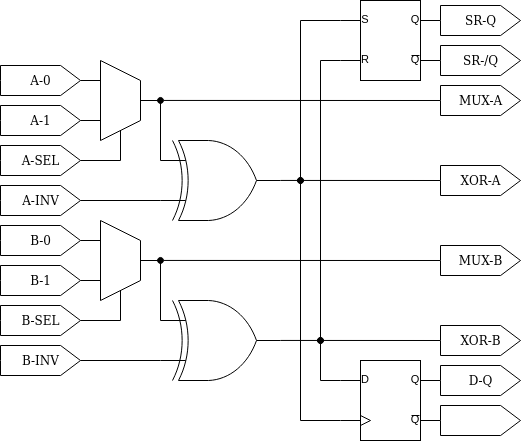
The draw.io diagram configurable-sr.drawio.png in steieio/tt02-submission-universal-sr, before a commit. Source tidied: cells renumbered, new cells last; positions are measured from the earlier drawing's top-left corner, leaving out a move shared by most shapes.
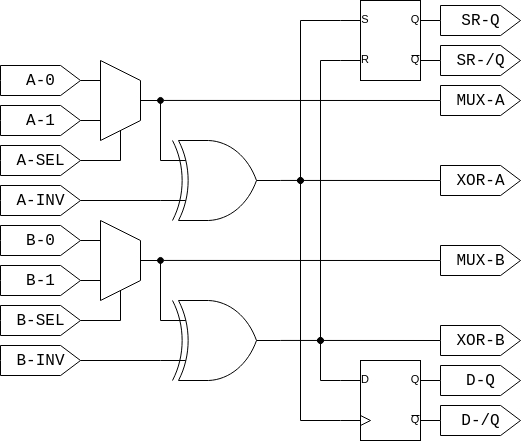
After the commit.

Change to the diagram source:
```diff
@@ -2,140 +2,140 @@
   <root>
     <mxCell id="0" />
     <mxCell id="1" parent="0" />
-    <mxCell id="2" style="edgeStyle=orthogonalEdgeStyle;rounded=0;jettySize=auto;html=1;exitX=0;exitY=0.75;exitDx=0;exitDy=0;exitPerimeter=0;endArrow=oval;endFill=1;" parent="1" edge="1" source="4">
+    <mxCell id="2" style="edgeStyle=orthogonalEdgeStyle;rounded=0;jettySize=auto;html=1;exitX=0;exitY=0.75;exitDx=0;exitDy=0;exitPerimeter=0;endArrow=oval;endFill=1;fontFamily=Courier New;fontSize=16;" parent="1" edge="1" source="4">
       <mxGeometry relative="1" as="geometry">
         <mxPoint x="320" y="340" as="targetPoint" />
       </mxGeometry>
     </mxCell>
-    <mxCell id="3" style="edgeStyle=orthogonalEdgeStyle;rounded=0;jettySize=auto;html=1;exitX=0;exitY=0.25;exitDx=0;exitDy=0;exitPerimeter=0;endArrow=oval;endFill=1;" parent="1" edge="1" source="4">
+    <mxCell id="3" style="edgeStyle=orthogonalEdgeStyle;rounded=0;jettySize=auto;html=1;exitX=0;exitY=0.25;exitDx=0;exitDy=0;exitPerimeter=0;endArrow=oval;endFill=1;fontFamily=Courier New;fontSize=16;" parent="1" edge="1" source="4">
       <mxGeometry relative="1" as="geometry">
         <mxPoint x="300" y="180" as="targetPoint" />
       </mxGeometry>
     </mxCell>
-    <mxCell id="4" style="verticalLabelPosition=bottom;shadow=0;dashed=0;align=center;html=1;verticalAlign=top;shape=mxgraph.electrical.logic_gates.rs_latch;" parent="1" vertex="1">
+    <mxCell id="4" style="verticalLabelPosition=bottom;shadow=0;dashed=0;align=center;html=1;verticalAlign=top;shape=mxgraph.electrical.logic_gates.rs_latch;fontFamily=Courier New;fontSize=16;" parent="1" vertex="1">
       <mxGeometry x="340" width="100" height="80" as="geometry" />
     </mxCell>
-    <mxCell id="5" style="verticalLabelPosition=bottom;shadow=0;dashed=0;align=center;html=1;verticalAlign=top;shape=mxgraph.electrical.logic_gates.logic_gate;operation=xor;" parent="1" vertex="1">
+    <mxCell id="5" style="verticalLabelPosition=bottom;shadow=0;dashed=0;align=center;html=1;verticalAlign=top;shape=mxgraph.electrical.logic_gates.logic_gate;operation=xor;fontFamily=Courier New;fontSize=16;" parent="1" vertex="1">
       <mxGeometry x="160" y="140" width="120" height="80" as="geometry" />
     </mxCell>
-    <mxCell id="6" style="edgeStyle=orthogonalEdgeStyle;rounded=0;jettySize=auto;html=1;exitX=1;exitY=0.5;exitDx=0;exitDy=0;exitPerimeter=0;entryX=0.25;entryY=1;entryDx=0;entryDy=0;endArrow=none;endFill=0;" parent="1" edge="1" source="7" target="9">
+    <mxCell id="6" style="edgeStyle=orthogonalEdgeStyle;rounded=0;jettySize=auto;html=1;exitX=1;exitY=0.5;exitDx=0;exitDy=0;exitPerimeter=0;entryX=0.25;entryY=1;entryDx=0;entryDy=0;endArrow=none;endFill=0;fontFamily=Courier New;fontSize=16;" parent="1" edge="1" source="7" target="9">
       <mxGeometry relative="1" as="geometry" />
     </mxCell>
-    <mxCell id="7" value="A-0" style="html=1;shadow=0;dashed=0;align=center;verticalAlign=middle;shape=mxgraph.arrows2.arrow;dy=0;dx=19.86;notch=0;" parent="1" vertex="1">
+    <mxCell id="7" value="A-0" style="html=1;shadow=0;dashed=0;align=center;verticalAlign=middle;shape=mxgraph.arrows2.arrow;dy=0;dx=19.86;notch=0;fontFamily=Courier New;fontSize=16;" parent="1" vertex="1">
       <mxGeometry y="65" width="80" height="30" as="geometry" />
     </mxCell>
-    <mxCell id="8" style="edgeStyle=orthogonalEdgeStyle;rounded=0;jettySize=auto;html=1;exitX=0.5;exitY=0;exitDx=0;exitDy=0;entryX=0;entryY=0.25;entryDx=0;entryDy=0;entryPerimeter=0;endArrow=none;endFill=0;" parent="1" edge="1" source="9" target="5">
+    <mxCell id="8" style="edgeStyle=orthogonalEdgeStyle;rounded=0;jettySize=auto;html=1;exitX=0.5;exitY=0;exitDx=0;exitDy=0;entryX=0;entryY=0.25;entryDx=0;entryDy=0;entryPerimeter=0;endArrow=none;endFill=0;fontFamily=Courier New;fontSize=16;" parent="1" edge="1" source="9" target="5">
       <mxGeometry relative="1" as="geometry" />
     </mxCell>
-    <mxCell id="9" style="shape=trapezoid;perimeter=trapezoidPerimeter;whiteSpace=wrap;html=1;fixedSize=1;rotation=90;" parent="1" vertex="1">
+    <mxCell id="9" style="shape=trapezoid;perimeter=trapezoidPerimeter;whiteSpace=wrap;html=1;fixedSize=1;rotation=90;fontFamily=Courier New;fontSize=16;" parent="1" vertex="1">
       <mxGeometry x="80" y="80" width="80" height="40" as="geometry" />
     </mxCell>
-    <mxCell id="10" style="edgeStyle=orthogonalEdgeStyle;rounded=0;jettySize=auto;html=1;exitX=1;exitY=0.5;exitDx=0;exitDy=0;exitPerimeter=0;entryX=0.75;entryY=1;entryDx=0;entryDy=0;endArrow=none;endFill=0;" parent="1" edge="1" source="11" target="9">
+    <mxCell id="10" style="edgeStyle=orthogonalEdgeStyle;rounded=0;jettySize=auto;html=1;exitX=1;exitY=0.5;exitDx=0;exitDy=0;exitPerimeter=0;entryX=0.75;entryY=1;entryDx=0;entryDy=0;endArrow=none;endFill=0;fontFamily=Courier New;fontSize=16;" parent="1" edge="1" source="11" target="9">
       <mxGeometry relative="1" as="geometry" />
     </mxCell>
-    <mxCell id="11" value="A-1" style="html=1;shadow=0;dashed=0;align=center;verticalAlign=middle;shape=mxgraph.arrows2.arrow;dy=0;dx=19.86;notch=0;" parent="1" vertex="1">
+    <mxCell id="11" value="A-1" style="html=1;shadow=0;dashed=0;align=center;verticalAlign=middle;shape=mxgraph.arrows2.arrow;dy=0;dx=19.86;notch=0;fontFamily=Courier New;fontSize=16;" parent="1" vertex="1">
       <mxGeometry y="105" width="80" height="30" as="geometry" />
     </mxCell>
-    <mxCell id="12" style="edgeStyle=orthogonalEdgeStyle;rounded=0;jettySize=auto;html=1;exitX=1;exitY=0.5;exitDx=0;exitDy=0;exitPerimeter=0;entryX=1;entryY=0.5;entryDx=0;entryDy=0;endArrow=none;endFill=0;" parent="1" edge="1" source="13" target="9">
+    <mxCell id="12" style="edgeStyle=orthogonalEdgeStyle;rounded=0;jettySize=auto;html=1;exitX=1;exitY=0.5;exitDx=0;exitDy=0;exitPerimeter=0;entryX=1;entryY=0.5;entryDx=0;entryDy=0;endArrow=none;endFill=0;fontFamily=Courier New;fontSize=16;" parent="1" edge="1" source="13" target="9">
       <mxGeometry relative="1" as="geometry" />
     </mxCell>
-    <mxCell id="13" value="A-SEL" style="html=1;shadow=0;dashed=0;align=center;verticalAlign=middle;shape=mxgraph.arrows2.arrow;dy=0;dx=19.86;notch=0;" parent="1" vertex="1">
+    <mxCell id="13" value="A-SEL" style="html=1;shadow=0;dashed=0;align=center;verticalAlign=middle;shape=mxgraph.arrows2.arrow;dy=0;dx=19.86;notch=0;fontFamily=Courier New;fontSize=16;" parent="1" vertex="1">
       <mxGeometry y="145" width="80" height="30" as="geometry" />
     </mxCell>
-    <mxCell id="14" style="edgeStyle=orthogonalEdgeStyle;rounded=0;jettySize=auto;html=1;exitX=1;exitY=0.5;exitDx=0;exitDy=0;exitPerimeter=0;entryX=0;entryY=0.75;entryDx=0;entryDy=0;entryPerimeter=0;endArrow=none;endFill=0;" parent="1" edge="1" source="15" target="5">
+    <mxCell id="14" style="edgeStyle=orthogonalEdgeStyle;rounded=0;jettySize=auto;html=1;exitX=1;exitY=0.5;exitDx=0;exitDy=0;exitPerimeter=0;entryX=0;entryY=0.75;entryDx=0;entryDy=0;entryPerimeter=0;endArrow=none;endFill=0;fontFamily=Courier New;fontSize=16;" parent="1" edge="1" source="15" target="5">
       <mxGeometry relative="1" as="geometry" />
     </mxCell>
-    <mxCell id="15" value="A-INV" style="html=1;shadow=0;dashed=0;align=center;verticalAlign=middle;shape=mxgraph.arrows2.arrow;dy=0;dx=19.86;notch=0;" parent="1" vertex="1">
+    <mxCell id="15" value="A-INV" style="html=1;shadow=0;dashed=0;align=center;verticalAlign=middle;shape=mxgraph.arrows2.arrow;dy=0;dx=19.86;notch=0;fontFamily=Courier New;fontSize=16;" parent="1" vertex="1">
       <mxGeometry y="185" width="80" height="30" as="geometry" />
     </mxCell>
-    <mxCell id="16" style="verticalLabelPosition=bottom;shadow=0;dashed=0;align=center;html=1;verticalAlign=top;shape=mxgraph.electrical.logic_gates.logic_gate;operation=xor;" parent="1" vertex="1">
+    <mxCell id="16" style="verticalLabelPosition=bottom;shadow=0;dashed=0;align=center;html=1;verticalAlign=top;shape=mxgraph.electrical.logic_gates.logic_gate;operation=xor;fontFamily=Courier New;fontSize=16;" parent="1" vertex="1">
       <mxGeometry x="160" y="300" width="120" height="80" as="geometry" />
     </mxCell>
-    <mxCell id="17" style="edgeStyle=orthogonalEdgeStyle;rounded=0;jettySize=auto;html=1;exitX=1;exitY=0.5;exitDx=0;exitDy=0;exitPerimeter=0;entryX=0.25;entryY=1;entryDx=0;entryDy=0;endArrow=none;endFill=0;" parent="1" edge="1" source="18" target="20">
+    <mxCell id="17" style="edgeStyle=orthogonalEdgeStyle;rounded=0;jettySize=auto;html=1;exitX=1;exitY=0.5;exitDx=0;exitDy=0;exitPerimeter=0;entryX=0.25;entryY=1;entryDx=0;entryDy=0;endArrow=none;endFill=0;fontFamily=Courier New;fontSize=16;" parent="1" edge="1" source="18" target="20">
       <mxGeometry relative="1" as="geometry" />
     </mxCell>
-    <mxCell id="18" value="B-0" style="html=1;shadow=0;dashed=0;align=center;verticalAlign=middle;shape=mxgraph.arrows2.arrow;dy=0;dx=19.86;notch=0;" parent="1" vertex="1">
+    <mxCell id="18" value="B-0" style="html=1;shadow=0;dashed=0;align=center;verticalAlign=middle;shape=mxgraph.arrows2.arrow;dy=0;dx=19.86;notch=0;fontFamily=Courier New;fontSize=16;" parent="1" vertex="1">
       <mxGeometry y="225" width="80" height="30" as="geometry" />
     </mxCell>
-    <mxCell id="19" style="edgeStyle=orthogonalEdgeStyle;rounded=0;jettySize=auto;html=1;exitX=0.5;exitY=0;exitDx=0;exitDy=0;entryX=0;entryY=0.25;entryDx=0;entryDy=0;entryPerimeter=0;endArrow=none;endFill=0;" parent="1" edge="1" source="20" target="16">
+    <mxCell id="19" style="edgeStyle=orthogonalEdgeStyle;rounded=0;jettySize=auto;html=1;exitX=0.5;exitY=0;exitDx=0;exitDy=0;entryX=0;entryY=0.25;entryDx=0;entryDy=0;entryPerimeter=0;endArrow=none;endFill=0;fontFamily=Courier New;fontSize=16;" parent="1" edge="1" source="20" target="16">
       <mxGeometry relative="1" as="geometry" />
     </mxCell>
-    <mxCell id="20" style="shape=trapezoid;perimeter=trapezoidPerimeter;whiteSpace=wrap;html=1;fixedSize=1;rotation=90;" parent="1" vertex="1">
+    <mxCell id="20" style="shape=trapezoid;perimeter=trapezoidPerimeter;whiteSpace=wrap;html=1;fixedSize=1;rotation=90;fontFamily=Courier New;fontSize=16;" parent="1" vertex="1">
       <mxGeometry x="80" y="240" width="80" height="40" as="geometry" />
     </mxCell>
-    <mxCell id="21" style="edgeStyle=orthogonalEdgeStyle;rounded=0;jettySize=auto;html=1;exitX=1;exitY=0.5;exitDx=0;exitDy=0;exitPerimeter=0;entryX=0.75;entryY=1;entryDx=0;entryDy=0;endArrow=none;endFill=0;" parent="1" edge="1" source="22" target="20">
+    <mxCell id="21" style="edgeStyle=orthogonalEdgeStyle;rounded=0;jettySize=auto;html=1;exitX=1;exitY=0.5;exitDx=0;exitDy=0;exitPerimeter=0;entryX=0.75;entryY=1;entryDx=0;entryDy=0;endArrow=none;endFill=0;fontFamily=Courier New;fontSize=16;" parent="1" edge="1" source="22" target="20">
       <mxGeometry relative="1" as="geometry" />
     </mxCell>
-    <mxCell id="22" value="B-1" style="html=1;shadow=0;dashed=0;align=center;verticalAlign=middle;shape=mxgraph.arrows2.arrow;dy=0;dx=19.86;notch=0;" parent="1" vertex="1">
+    <mxCell id="22" value="B-1" style="html=1;shadow=0;dashed=0;align=center;verticalAlign=middle;shape=mxgraph.arrows2.arrow;dy=0;dx=19.86;notch=0;fontFamily=Courier New;fontSize=16;" parent="1" vertex="1">
       <mxGeometry y="265" width="80" height="30" as="geometry" />
     </mxCell>
-    <mxCell id="23" style="edgeStyle=orthogonalEdgeStyle;rounded=0;jettySize=auto;html=1;exitX=1;exitY=0.5;exitDx=0;exitDy=0;exitPerimeter=0;entryX=1;entryY=0.5;entryDx=0;entryDy=0;endArrow=none;endFill=0;" parent="1" edge="1" source="24" target="20">
+    <mxCell id="23" style="edgeStyle=orthogonalEdgeStyle;rounded=0;jettySize=auto;html=1;exitX=1;exitY=0.5;exitDx=0;exitDy=0;exitPerimeter=0;entryX=1;entryY=0.5;entryDx=0;entryDy=0;endArrow=none;endFill=0;fontFamily=Courier New;fontSize=16;" parent="1" edge="1" source="24" target="20">
       <mxGeometry relative="1" as="geometry" />
     </mxCell>
-    <mxCell id="24" value="B-SEL" style="html=1;shadow=0;dashed=0;align=center;verticalAlign=middle;shape=mxgraph.arrows2.arrow;dy=0;dx=19.86;notch=0;" parent="1" vertex="1">
+    <mxCell id="24" value="B-SEL" style="html=1;shadow=0;dashed=0;align=center;verticalAlign=middle;shape=mxgraph.arrows2.arrow;dy=0;dx=19.86;notch=0;fontFamily=Courier New;fontSize=16;" parent="1" vertex="1">
       <mxGeometry y="305" width="80" height="30" as="geometry" />
     </mxCell>
-    <mxCell id="25" style="edgeStyle=orthogonalEdgeStyle;rounded=0;jettySize=auto;html=1;exitX=1;exitY=0.5;exitDx=0;exitDy=0;exitPerimeter=0;entryX=0;entryY=0.75;entryDx=0;entryDy=0;entryPerimeter=0;endArrow=none;endFill=0;" parent="1" edge="1" source="26" target="16">
+    <mxCell id="25" style="edgeStyle=orthogonalEdgeStyle;rounded=0;jettySize=auto;html=1;exitX=1;exitY=0.5;exitDx=0;exitDy=0;exitPerimeter=0;entryX=0;entryY=0.75;entryDx=0;entryDy=0;entryPerimeter=0;endArrow=none;endFill=0;fontFamily=Courier New;fontSize=16;" parent="1" edge="1" source="26" target="16">
       <mxGeometry relative="1" as="geometry" />
     </mxCell>
-    <mxCell id="26" value="B-INV" style="html=1;shadow=0;dashed=0;align=center;verticalAlign=middle;shape=mxgraph.arrows2.arrow;dy=0;dx=19.86;notch=0;" parent="1" vertex="1">
+    <mxCell id="26" value="B-INV" style="html=1;shadow=0;dashed=0;align=center;verticalAlign=middle;shape=mxgraph.arrows2.arrow;dy=0;dx=19.86;notch=0;fontFamily=Courier New;fontSize=16;" parent="1" vertex="1">
       <mxGeometry y="345" width="80" height="30" as="geometry" />
     </mxCell>
-    <mxCell id="27" style="edgeStyle=orthogonalEdgeStyle;rounded=0;jettySize=auto;html=1;exitX=0;exitY=0.25;exitDx=0;exitDy=0;exitPerimeter=0;endArrow=oval;endFill=1;" parent="1" edge="1" source="29">
+    <mxCell id="27" style="edgeStyle=orthogonalEdgeStyle;rounded=0;jettySize=auto;html=1;exitX=0;exitY=0.25;exitDx=0;exitDy=0;exitPerimeter=0;endArrow=oval;endFill=1;fontFamily=Courier New;fontSize=16;" parent="1" edge="1" source="29">
       <mxGeometry relative="1" as="geometry">
         <mxPoint x="320" y="340" as="targetPoint" />
       </mxGeometry>
     </mxCell>
-    <mxCell id="28" style="edgeStyle=orthogonalEdgeStyle;rounded=0;jettySize=auto;html=1;exitX=0;exitY=0.75;exitDx=0;exitDy=0;exitPerimeter=0;endArrow=oval;endFill=1;" parent="1" edge="1" source="29">
+    <mxCell id="28" style="edgeStyle=orthogonalEdgeStyle;rounded=0;jettySize=auto;html=1;exitX=0;exitY=0.75;exitDx=0;exitDy=0;exitPerimeter=0;endArrow=oval;endFill=1;fontFamily=Courier New;fontSize=16;" parent="1" edge="1" source="29">
       <mxGeometry relative="1" as="geometry">
         <mxPoint x="300" y="180" as="targetPoint" />
       </mxGeometry>
     </mxCell>
-    <mxCell id="29" style="verticalLabelPosition=bottom;shadow=0;dashed=0;align=center;html=1;verticalAlign=top;shape=mxgraph.electrical.logic_gates.d_type_flip-flop;" parent="1" vertex="1">
+    <mxCell id="29" style="verticalLabelPosition=bottom;shadow=0;dashed=0;align=center;html=1;verticalAlign=top;shape=mxgraph.electrical.logic_gates.d_type_flip-flop;fontFamily=Courier New;fontSize=16;" parent="1" vertex="1">
       <mxGeometry x="340" y="360" width="100" height="80" as="geometry" />
     </mxCell>
-    <mxCell id="30" value="SR-/Q" style="html=1;shadow=0;dashed=0;align=center;verticalAlign=middle;shape=mxgraph.arrows2.arrow;dy=0;dx=19.86;notch=0;" parent="1" vertex="1">
+    <mxCell id="30" value="SR-/Q" style="html=1;shadow=0;dashed=0;align=center;verticalAlign=middle;shape=mxgraph.arrows2.arrow;dy=0;dx=19.86;notch=0;fontFamily=Courier New;fontSize=16;" parent="1" vertex="1">
       <mxGeometry x="440" y="45" width="80" height="30" as="geometry" />
     </mxCell>
-    <mxCell id="31" value="SR-Q" style="html=1;shadow=0;dashed=0;align=center;verticalAlign=middle;shape=mxgraph.arrows2.arrow;dy=0;dx=19.86;notch=0;" parent="1" vertex="1">
+    <mxCell id="31" value="SR-Q" style="html=1;shadow=0;dashed=0;align=center;verticalAlign=middle;shape=mxgraph.arrows2.arrow;dy=0;dx=19.86;notch=0;fontFamily=Courier New;fontSize=16;" parent="1" vertex="1">
       <mxGeometry x="440" y="5" width="80" height="30" as="geometry" />
     </mxCell>
-    <mxCell id="32" style="edgeStyle=orthogonalEdgeStyle;rounded=0;jettySize=auto;html=1;exitX=0;exitY=0.5;exitDx=0;exitDy=0;exitPerimeter=0;endArrow=oval;endFill=1;" parent="1" edge="1" source="33">
+    <mxCell id="32" style="edgeStyle=orthogonalEdgeStyle;rounded=0;jettySize=auto;html=1;exitX=0;exitY=0.5;exitDx=0;exitDy=0;exitPerimeter=0;endArrow=oval;endFill=1;fontFamily=Courier New;fontSize=16;" parent="1" edge="1" source="33">
       <mxGeometry relative="1" as="geometry">
         <mxPoint x="160" y="100" as="targetPoint" />
       </mxGeometry>
     </mxCell>
-    <mxCell id="33" value="MUX-A" style="html=1;shadow=0;dashed=0;align=center;verticalAlign=middle;shape=mxgraph.arrows2.arrow;dy=0;dx=19.86;notch=0;" parent="1" vertex="1">
+    <mxCell id="33" value="MUX-A" style="html=1;shadow=0;dashed=0;align=center;verticalAlign=middle;shape=mxgraph.arrows2.arrow;dy=0;dx=19.86;notch=0;fontFamily=Courier New;fontSize=16;" parent="1" vertex="1">
       <mxGeometry x="440" y="85" width="80" height="30" as="geometry" />
     </mxCell>
-    <mxCell id="34" style="edgeStyle=orthogonalEdgeStyle;rounded=0;jettySize=auto;html=1;exitX=0;exitY=0.5;exitDx=0;exitDy=0;exitPerimeter=0;endArrow=none;endFill=0;" parent="1" edge="1" source="35">
+    <mxCell id="34" style="edgeStyle=orthogonalEdgeStyle;rounded=0;jettySize=auto;html=1;exitX=0;exitY=0.5;exitDx=0;exitDy=0;exitPerimeter=0;endArrow=none;endFill=0;fontFamily=Courier New;fontSize=16;" parent="1" edge="1" source="35">
       <mxGeometry relative="1" as="geometry">
         <mxPoint x="280" y="180" as="targetPoint" />
       </mxGeometry>
     </mxCell>
-    <mxCell id="35" value="XOR-A" style="html=1;shadow=0;dashed=0;align=center;verticalAlign=middle;shape=mxgraph.arrows2.arrow;dy=0;dx=19.86;notch=0;" parent="1" vertex="1">
+    <mxCell id="35" value="XOR-A" style="html=1;shadow=0;dashed=0;align=center;verticalAlign=middle;shape=mxgraph.arrows2.arrow;dy=0;dx=19.86;notch=0;fontFamily=Courier New;fontSize=16;" parent="1" vertex="1">
       <mxGeometry x="440" y="165" width="80" height="30" as="geometry" />
     </mxCell>
-    <mxCell id="36" style="edgeStyle=orthogonalEdgeStyle;rounded=0;jettySize=auto;html=1;exitX=0;exitY=0.5;exitDx=0;exitDy=0;exitPerimeter=0;endArrow=oval;endFill=1;" parent="1" edge="1" source="37">
+    <mxCell id="36" style="edgeStyle=orthogonalEdgeStyle;rounded=0;jettySize=auto;html=1;exitX=0;exitY=0.5;exitDx=0;exitDy=0;exitPerimeter=0;endArrow=oval;endFill=1;fontFamily=Courier New;fontSize=16;" parent="1" edge="1" source="37">
       <mxGeometry relative="1" as="geometry">
         <mxPoint x="160" y="260" as="targetPoint" />
       </mxGeometry>
     </mxCell>
-    <mxCell id="37" value="MUX-B" style="html=1;shadow=0;dashed=0;align=center;verticalAlign=middle;shape=mxgraph.arrows2.arrow;dy=0;dx=19.86;notch=0;" parent="1" vertex="1">
+    <mxCell id="37" value="MUX-B" style="html=1;shadow=0;dashed=0;align=center;verticalAlign=middle;shape=mxgraph.arrows2.arrow;dy=0;dx=19.86;notch=0;fontFamily=Courier New;fontSize=16;" parent="1" vertex="1">
       <mxGeometry x="440" y="245" width="80" height="30" as="geometry" />
     </mxCell>
-    <mxCell id="38" style="edgeStyle=orthogonalEdgeStyle;rounded=0;jettySize=auto;html=1;exitX=0;exitY=0.5;exitDx=0;exitDy=0;exitPerimeter=0;endArrow=none;endFill=0;" parent="1" edge="1" source="39">
+    <mxCell id="38" style="edgeStyle=orthogonalEdgeStyle;rounded=0;jettySize=auto;html=1;exitX=0;exitY=0.5;exitDx=0;exitDy=0;exitPerimeter=0;endArrow=none;endFill=0;fontFamily=Courier New;fontSize=16;" parent="1" edge="1" source="39">
       <mxGeometry relative="1" as="geometry">
         <mxPoint x="280" y="340" as="targetPoint" />
       </mxGeometry>
     </mxCell>
-    <mxCell id="39" value="XOR-B" style="html=1;shadow=0;dashed=0;align=center;verticalAlign=middle;shape=mxgraph.arrows2.arrow;dy=0;dx=19.86;notch=0;" parent="1" vertex="1">
+    <mxCell id="39" value="XOR-B" style="html=1;shadow=0;dashed=0;align=center;verticalAlign=middle;shape=mxgraph.arrows2.arrow;dy=0;dx=19.86;notch=0;fontFamily=Courier New;fontSize=16;" parent="1" vertex="1">
       <mxGeometry x="440" y="325" width="80" height="30" as="geometry" />
     </mxCell>
-    <mxCell id="40" value="D-Q" style="html=1;shadow=0;dashed=0;align=center;verticalAlign=middle;shape=mxgraph.arrows2.arrow;dy=0;dx=19.86;notch=0;" parent="1" vertex="1">
+    <mxCell id="40" value="D-Q" style="html=1;shadow=0;dashed=0;align=center;verticalAlign=middle;shape=mxgraph.arrows2.arrow;dy=0;dx=19.86;notch=0;fontFamily=Courier New;fontSize=16;" parent="1" vertex="1">
       <mxGeometry x="440" y="365" width="80" height="30" as="geometry" />
     </mxCell>
-    <mxCell id="41" style="html=1;shadow=0;dashed=0;align=center;verticalAlign=middle;shape=mxgraph.arrows2.arrow;dy=0;dx=19.86;notch=0;" parent="1" vertex="1">
+    <mxCell id="41" value="D-/Q" style="html=1;shadow=0;dashed=0;align=center;verticalAlign=middle;shape=mxgraph.arrows2.arrow;dy=0;dx=19.86;notch=0;fontFamily=Courier New;fontSize=16;" parent="1" vertex="1">
       <mxGeometry x="440" y="405" width="80" height="30" as="geometry" />
     </mxCell>
   </root>
```
